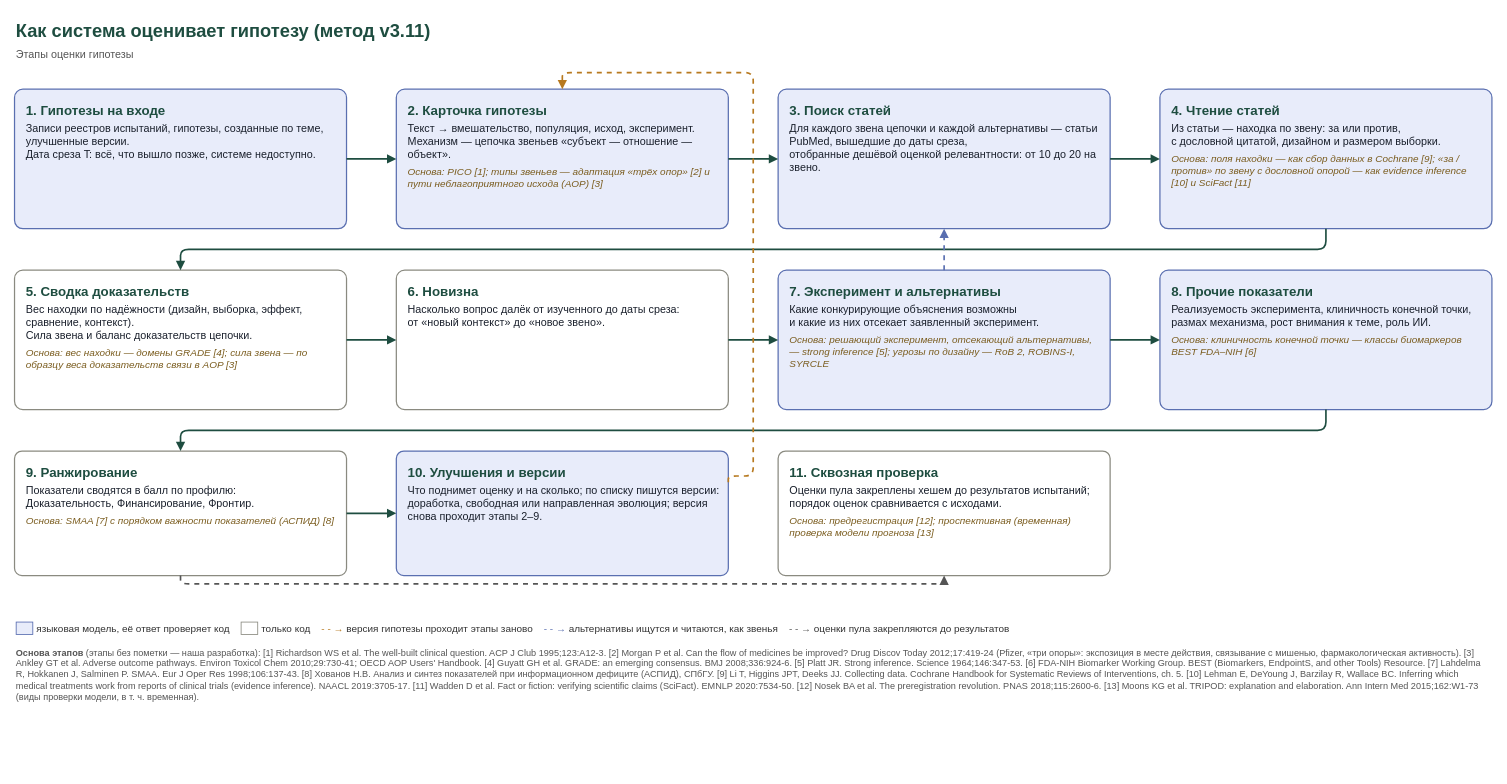
Before: scripts/docs/flow_base.drawio in danrd/hyp-arena, a draw.io diagram. Source tidied: cells renumbered, new cells numbered last; positions are measured from the earlier drawing's top-left corner, leaving out a move shared by most shapes. Both pictures are drawn from the tidied source at 83%, with x=0, y=0 at pixel (14, 14).
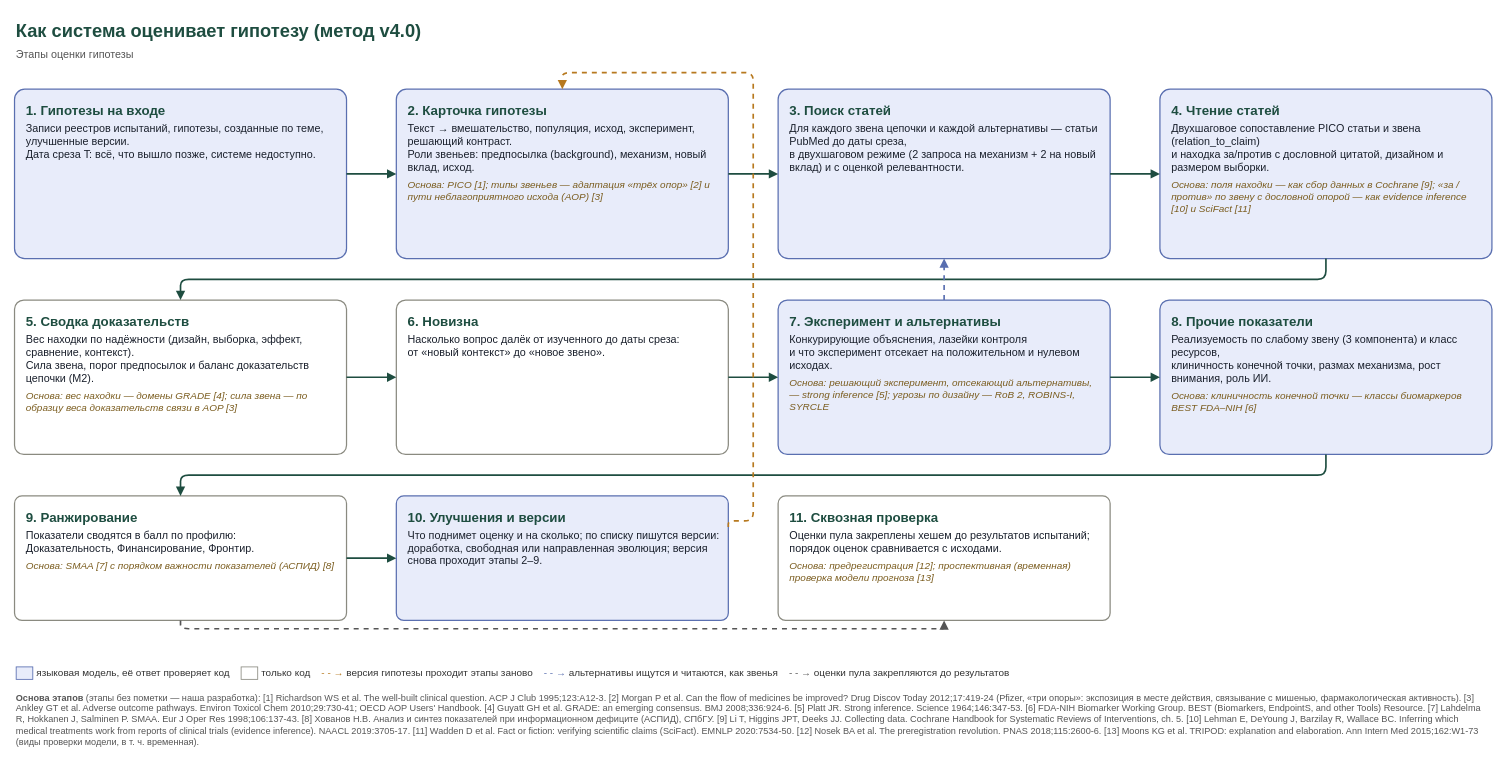
Above is the later version.

Change to the diagram source:
```diff
@@
-    <mxCell id="2" value="&lt;b&gt;Как система оценивает гипотезу (метод v3.11)&lt;/b&gt;&lt;br/&gt;&lt;span style='font-size:13px;color:#555'&gt;Этапы оценки гипотезы&lt;/span&gt;" style="text;html=1;fontSize=22;align=left;verticalAlign=top;fillColor=none;strokeColor=none;fontColor=#1E4D40;" parent="1" vertex="1">
+    <mxCell id="2" value="&lt;b&gt;Как система оценивает гипотезу (метод v4.0)&lt;/b&gt;&lt;br/&gt;&lt;span style='font-size:13px;color:#555'&gt;Этапы оценки гипотезы&lt;/span&gt;" style="text;html=1;fontSize=22;align=left;verticalAlign=top;fillColor=none;strokeColor=none;fontColor=#1E4D40;" parent="1" vertex="1">
       <mxGeometry width="1780" height="56" as="geometry" />
     </mxCell>
     <mxCell id="3" value="&lt;div style='font-size:16px;color:#1E4D40'&gt;&lt;b&gt;1. Гипотезы на входе&lt;/b&gt;&lt;/div&gt;&lt;div style='margin-top:4px'&gt;Записи реестров испытаний, гипотезы, созданные по теме, улучшенные версии.&lt;br/&gt;Дата среза T: всё, что вышло позже, системе недоступно.&lt;/div&gt;" style="rounded=1;arcSize=6;whiteSpace=wrap;html=1;fillColor=#E8ECFA;strokeColor=#5A6FB0;strokeWidth=1.5;fontSize=13;fontColor=#1A202C;align=left;verticalAlign=top;spacingLeft=12;spacingRight=10;spacingTop=10;" parent="1" vertex="1">
-      <mxGeometry y="90" width="400" height="168" as="geometry" />
+      <mxGeometry y="90" width="400" height="204" as="geometry" />
     </mxCell>
-    <mxCell id="4" value="&lt;div style='font-size:16px;color:#1E4D40'&gt;&lt;b&gt;2. Карточка гипотезы&lt;/b&gt;&lt;/div&gt;&lt;div style='margin-top:4px'&gt;Текст → вмешательство, популяция, исход, эксперимент.&lt;br/&gt;Механизм — цепочка звеньев «субъект — отношение — объект».&lt;/div&gt;&lt;div style='margin-top:6px;font-size:12px;color:#7A5C1E'&gt;&lt;i&gt;Основа: PICO [1]; типы звеньев — адаптация «трёх опор» [2] и пути неблагоприятного исхода (AOP) [3]&lt;/i&gt;&lt;/div&gt;" style="rounded=1;arcSize=6;whiteSpace=wrap;html=1;fillColor=#E8ECFA;strokeColor=#5A6FB0;strokeWidth=1.5;fontSize=13;fontColor=#1A202C;align=left;verticalAlign=top;spacingLeft=12;spacingRight=10;spacingTop=10;" parent="1" vertex="1">
-      <mxGeometry x="460" y="90" width="400" height="168" as="geometry" />
+    <mxCell id="4" value="&lt;div style='font-size:16px;color:#1E4D40'&gt;&lt;b&gt;2. Карточка гипотезы&lt;/b&gt;&lt;/div&gt;&lt;div style='margin-top:4px'&gt;Текст → вмешательство, популяция, исход, эксперимент, решающий контраст.&lt;br/&gt;Роли звеньев: предпосылка (background), механизм, новый вклад, исход.&lt;/div&gt;&lt;div style='margin-top:6px;font-size:12px;color:#7A5C1E'&gt;&lt;i&gt;Основа: PICO [1]; типы звеньев — адаптация «трёх опор» [2] и пути неблагоприятного исхода (AOP) [3]&lt;/i&gt;&lt;/div&gt;" style="rounded=1;arcSize=6;whiteSpace=wrap;html=1;fillColor=#E8ECFA;strokeColor=#5A6FB0;strokeWidth=1.5;fontSize=13;fontColor=#1A202C;align=left;verticalAlign=top;spacingLeft=12;spacingRight=10;spacingTop=10;" parent="1" vertex="1">
+      <mxGeometry x="460" y="90" width="400" height="204" as="geometry" />
     </mxCell>
-    <mxCell id="5" value="&lt;div style='font-size:16px;color:#1E4D40'&gt;&lt;b&gt;3. Поиск статей&lt;/b&gt;&lt;/div&gt;&lt;div style='margin-top:4px'&gt;Для каждого звена цепочки и каждой альтернативы — статьи PubMed, вышедшие до даты среза,&lt;br/&gt;отобранные дешёвой оценкой релевантности: от 10 до 20 на звено.&lt;/div&gt;" style="rounded=1;arcSize=6;whiteSpace=wrap;html=1;fillColor=#E8ECFA;strokeColor=#5A6FB0;strokeWidth=1.5;fontSize=13;fontColor=#1A202C;align=left;verticalAlign=top;spacingLeft=12;spacingRight=10;spacingTop=10;" parent="1" vertex="1">
-      <mxGeometry x="920" y="90" width="400" height="168" as="geometry" />
+    <mxCell id="5" value="&lt;div style='font-size:16px;color:#1E4D40'&gt;&lt;b&gt;3. Поиск статей&lt;/b&gt;&lt;/div&gt;&lt;div style='margin-top:4px'&gt;Для каждого звена цепочки и каждой альтернативы — статьи PubMed до даты среза,&lt;br/&gt;в двухшаговом режиме (2 запроса на механизм + 2 на новый вклад) и с оценкой релевантности.&lt;/div&gt;" style="rounded=1;arcSize=6;whiteSpace=wrap;html=1;fillColor=#E8ECFA;strokeColor=#5A6FB0;strokeWidth=1.5;fontSize=13;fontColor=#1A202C;align=left;verticalAlign=top;spacingLeft=12;spacingRight=10;spacingTop=10;" parent="1" vertex="1">
+      <mxGeometry x="920" y="90" width="400" height="204" as="geometry" />
     </mxCell>
-    <mxCell id="6" value="&lt;div style='font-size:16px;color:#1E4D40'&gt;&lt;b&gt;4. Чтение статей&lt;/b&gt;&lt;/div&gt;&lt;div style='margin-top:4px'&gt;Из статьи — находка по звену: за или против,&lt;br/&gt;с дословной цитатой, дизайном и размером выборки.&lt;/div&gt;&lt;div style='margin-top:6px;font-size:12px;color:#7A5C1E'&gt;&lt;i&gt;Основа: поля находки — как сбор данных в Cochrane [9]; «за / против» по звену с дословной опорой — как evidence inference [10] и SciFact [11]&lt;/i&gt;&lt;/div&gt;" style="rounded=1;arcSize=6;whiteSpace=wrap;html=1;fillColor=#E8ECFA;strokeColor=#5A6FB0;strokeWidth=1.5;fontSize=13;fontColor=#1A202C;align=left;verticalAlign=top;spacingLeft=12;spacingRight=10;spacingTop=10;" parent="1" vertex="1">
-      <mxGeometry x="1380" y="90" width="400" height="168" as="geometry" />
+    <mxCell id="6" value="&lt;div style='font-size:16px;color:#1E4D40'&gt;&lt;b&gt;4. Чтение статей&lt;/b&gt;&lt;/div&gt;&lt;div style='margin-top:4px'&gt;Двухшаговое сопоставление PICO статьи и звена (relation_to_claim)&lt;br/&gt;и находка за/против с дословной цитатой, дизайном и размером выборки.&lt;/div&gt;&lt;div style='margin-top:6px;font-size:12px;color:#7A5C1E'&gt;&lt;i&gt;Основа: поля находки — как сбор данных в Cochrane [9]; «за / против» по звену с дословной опорой — как evidence inference [10] и SciFact [11]&lt;/i&gt;&lt;/div&gt;" style="rounded=1;arcSize=6;whiteSpace=wrap;html=1;fillColor=#E8ECFA;strokeColor=#5A6FB0;strokeWidth=1.5;fontSize=13;fontColor=#1A202C;align=left;verticalAlign=top;spacingLeft=12;spacingRight=10;spacingTop=10;" parent="1" vertex="1">
+      <mxGeometry x="1380" y="90" width="400" height="204" as="geometry" />
     </mxCell>
-    <mxCell id="7" value="&lt;div style='font-size:16px;color:#1E4D40'&gt;&lt;b&gt;5. Сводка доказательств&lt;/b&gt;&lt;/div&gt;&lt;div style='margin-top:4px'&gt;Вес находки по надёжности (дизайн, выборка, эффект, сравнение, контекст).&lt;br/&gt;Сила звена и баланс доказательств цепочки.&lt;/div&gt;&lt;div style='margin-top:6px;font-size:12px;color:#7A5C1E'&gt;&lt;i&gt;Основа: вес находки — домены GRADE [4]; сила звена — по образцу веса доказательств связи в AOP [3]&lt;/i&gt;&lt;/div&gt;" style="rounded=1;arcSize=6;whiteSpace=wrap;html=1;fillColor=#FFFFFF;strokeColor=#8A8A80;strokeWidth=1.5;fontSize=13;fontColor=#1A202C;align=left;verticalAlign=top;spacingLeft=12;spacingRight=10;spacingTop=10;" parent="1" vertex="1">
-      <mxGeometry y="308" width="400" height="168" as="geometry" />
+    <mxCell id="7" value="&lt;div style='font-size:16px;color:#1E4D40'&gt;&lt;b&gt;5. Сводка доказательств&lt;/b&gt;&lt;/div&gt;&lt;div style='margin-top:4px'&gt;Вес находки по надёжности (дизайн, выборка, эффект, сравнение, контекст).&lt;br/&gt;Сила звена, порог предпосылок и баланс доказательств цепочки (M2).&lt;/div&gt;&lt;div style='margin-top:6px;font-size:12px;color:#7A5C1E'&gt;&lt;i&gt;Основа: вес находки — домены GRADE [4]; сила звена — по образцу веса доказательств связи в AOP [3]&lt;/i&gt;&lt;/div&gt;" style="rounded=1;arcSize=6;whiteSpace=wrap;html=1;fillColor=#FFFFFF;strokeColor=#8A8A80;strokeWidth=1.5;fontSize=13;fontColor=#1A202C;align=left;verticalAlign=top;spacingLeft=12;spacingRight=10;spacingTop=10;" parent="1" vertex="1">
+      <mxGeometry y="344" width="400" height="186" as="geometry" />
     </mxCell>
     <mxCell id="8" value="&lt;div style='font-size:16px;color:#1E4D40'&gt;&lt;b&gt;6. Новизна&lt;/b&gt;&lt;/div&gt;&lt;div style='margin-top:4px'&gt;Насколько вопрос далёк от изученного до даты среза:&lt;br/&gt;от «новый контекст» до «новое звено».&lt;/div&gt;" style="rounded=1;arcSize=6;whiteSpace=wrap;html=1;fillColor=#FFFFFF;strokeColor=#8A8A80;strokeWidth=1.5;fontSize=13;fontColor=#1A202C;align=left;verticalAlign=top;spacingLeft=12;spacingRight=10;spacingTop=10;" parent="1" vertex="1">
-      <mxGeometry x="460" y="308" width="400" height="168" as="geometry" />
+      <mxGeometry x="460" y="344" width="400" height="186" as="geometry" />
     </mxCell>
-    <mxCell id="9" value="&lt;div style='font-size:16px;color:#1E4D40'&gt;&lt;b&gt;7. Эксперимент и альтернативы&lt;/b&gt;&lt;/div&gt;&lt;div style='margin-top:4px'&gt;Какие конкурирующие объяснения возможны&lt;br/&gt;и какие из них отсекает заявленный эксперимент.&lt;/div&gt;&lt;div style='margin-top:6px;font-size:12px;color:#7A5C1E'&gt;&lt;i&gt;Основа: решающий эксперимент, отсекающий альтернативы, — strong inference [5]; угрозы по дизайну — RoB 2, ROBINS-I, SYRCLE&lt;/i&gt;&lt;/div&gt;" style="rounded=1;arcSize=6;whiteSpace=wrap;html=1;fillColor=#E8ECFA;strokeColor=#5A6FB0;strokeWidth=1.5;fontSize=13;fontColor=#1A202C;align=left;verticalAlign=top;spacingLeft=12;spacingRight=10;spacingTop=10;" parent="1" vertex="1">
-      <mxGeometry x="920" y="308" width="400" height="168" as="geometry" />
+    <mxCell id="9" value="&lt;div style='font-size:16px;color:#1E4D40'&gt;&lt;b&gt;7. Эксперимент и альтернативы&lt;/b&gt;&lt;/div&gt;&lt;div style='margin-top:4px'&gt;Конкурирующие объяснения, лазейки контроля&lt;br/&gt;и что эксперимент отсекает на положительном и нулевом исходах.&lt;/div&gt;&lt;div style='margin-top:6px;font-size:12px;color:#7A5C1E'&gt;&lt;i&gt;Основа: решающий эксперимент, отсекающий альтернативы, — strong inference [5]; угрозы по дизайну — RoB 2, ROBINS-I, SYRCLE&lt;/i&gt;&lt;/div&gt;" style="rounded=1;arcSize=6;whiteSpace=wrap;html=1;fillColor=#E8ECFA;strokeColor=#5A6FB0;strokeWidth=1.5;fontSize=13;fontColor=#1A202C;align=left;verticalAlign=top;spacingLeft=12;spacingRight=10;spacingTop=10;" parent="1" vertex="1">
+      <mxGeometry x="920" y="344" width="400" height="186" as="geometry" />
     </mxCell>
-    <mxCell id="10" value="&lt;div style='font-size:16px;color:#1E4D40'&gt;&lt;b&gt;8. Прочие показатели&lt;/b&gt;&lt;/div&gt;&lt;div style='margin-top:4px'&gt;Реализуемость эксперимента, клиничность конечной точки,&lt;br/&gt;размах механизма, рост внимания к теме, роль ИИ.&lt;/div&gt;&lt;div style='margin-top:6px;font-size:12px;color:#7A5C1E'&gt;&lt;i&gt;Основа: клиничность конечной точки — классы биомаркеров BEST FDA–NIH [6]&lt;/i&gt;&lt;/div&gt;" style="rounded=1;arcSize=6;whiteSpace=wrap;html=1;fillColor=#E8ECFA;strokeColor=#5A6FB0;strokeWidth=1.5;fontSize=13;fontColor=#1A202C;align=left;verticalAlign=top;spacingLeft=12;spacingRight=10;spacingTop=10;" parent="1" vertex="1">
-      <mxGeometry x="1380" y="308" width="400" height="168" as="geometry" />
+    <mxCell id="10" value="&lt;div style='font-size:16px;color:#1E4D40'&gt;&lt;b&gt;8. Прочие показатели&lt;/b&gt;&lt;/div&gt;&lt;div style='margin-top:4px'&gt;Реализуемость по слабому звену (3 компонента) и класс ресурсов,&lt;br/&gt;клиничность конечной точки, размах механизма, рост внимания, роль ИИ.&lt;/div&gt;&lt;div style='margin-top:6px;font-size:12px;color:#7A5C1E'&gt;&lt;i&gt;Основа: клиничность конечной точки — классы биомаркеров BEST FDA–NIH [6]&lt;/i&gt;&lt;/div&gt;" style="rounded=1;arcSize=6;whiteSpace=wrap;html=1;fillColor=#E8ECFA;strokeColor=#5A6FB0;strokeWidth=1.5;fontSize=13;fontColor=#1A202C;align=left;verticalAlign=top;spacingLeft=12;spacingRight=10;spacingTop=10;" parent="1" vertex="1">
+      <mxGeometry x="1380" y="344" width="400" height="186" as="geometry" />
     </mxCell>
     <mxCell id="11" value="&lt;div style='font-size:16px;color:#1E4D40'&gt;&lt;b&gt;9. Ранжирование&lt;/b&gt;&lt;/div&gt;&lt;div style='margin-top:4px'&gt;Показатели сводятся в балл по профилю:&lt;br/&gt;Доказательность, Финансирование, Фронтир.&lt;/div&gt;&lt;div style='margin-top:6px;font-size:12px;color:#7A5C1E'&gt;&lt;i&gt;Основа: SMAA [7] с порядком важности показателей (АСПИД) [8]&lt;/i&gt;&lt;/div&gt;" style="rounded=1;arcSize=6;whiteSpace=wrap;html=1;fillColor=#FFFFFF;strokeColor=#8A8A80;strokeWidth=1.5;fontSize=13;fontColor=#1A202C;align=left;verticalAlign=top;spacingLeft=12;spacingRight=10;spacingTop=10;" parent="1" vertex="1">
-      <mxGeometry y="526" width="400" height="150" as="geometry" />
+      <mxGeometry y="580" width="400" height="150" as="geometry" />
     </mxCell>
     <mxCell id="12" value="&lt;div style='font-size:16px;color:#1E4D40'&gt;&lt;b&gt;10. Улучшения и версии&lt;/b&gt;&lt;/div&gt;&lt;div style='margin-top:4px'&gt;Что поднимет оценку и на сколько; по списку пишутся версии:&lt;br/&gt;доработка, свободная или направленная эволюция; версия снова проходит этапы 2–9.&lt;/div&gt;" style="rounded=1;arcSize=6;whiteSpace=wrap;html=1;fillColor=#E8ECFA;strokeColor=#5A6FB0;strokeWidth=1.5;fontSize=13;fontColor=#1A202C;align=left;verticalAlign=top;spacingLeft=12;spacingRight=10;spacingTop=10;" parent="1" vertex="1">
-      <mxGeometry x="460" y="526" width="400" height="150" as="geometry" />
+      <mxGeometry x="460" y="580" width="400" height="150" as="geometry" />
     </mxCell>
     <mxCell id="13" value="&lt;div style='font-size:16px;color:#1E4D40'&gt;&lt;b&gt;11. Сквозная проверка&lt;/b&gt;&lt;/div&gt;&lt;div style='margin-top:4px'&gt;Оценки пула закреплены хешем до результатов испытаний;&lt;br/&gt;порядок оценок сравнивается с исходами.&lt;/div&gt;&lt;div style='margin-top:6px;font-size:12px;color:#7A5C1E'&gt;&lt;i&gt;Основа: предрегистрация [12]; проспективная (временная) проверка модели прогноза [13]&lt;/i&gt;&lt;/div&gt;" style="rounded=1;arcSize=6;whiteSpace=wrap;html=1;fillColor=#FFFFFF;strokeColor=#8A8A80;strokeWidth=1.5;fontSize=13;fontColor=#1A202C;align=left;verticalAlign=top;spacingLeft=12;spacingRight=10;spacingTop=10;" parent="1" vertex="1">
-      <mxGeometry x="920" y="526" width="400" height="150" as="geometry" />
+      <mxGeometry x="920" y="580" width="400" height="150" as="geometry" />
     </mxCell>
@@
     <mxCell id="23" style="edgeStyle=orthogonalEdgeStyle;rounded=1;html=1;endArrow=block;endFill=1;strokeColor=#1E4D40;strokeWidth=2;dashed=1;exitX=1;exitY=0.25;entryX=0.5;entryY=0;strokeColor=#B7791F;" parent="1" edge="1" source="12" target="4">
       <mxGeometry relative="1" as="geometry">
         <Array as="points">
-          <mxPoint x="890" y="556" />
+          <mxPoint x="890" y="610" />
           <mxPoint x="890" y="70" />
           <mxPoint x="660" y="70" />
         </Array>
       </mxGeometry>
     </mxCell>
@@
     <mxCell id="26" value="&lt;span style='background:#E8ECFA;border:1px solid #5A6FB0;padding:0 8px'&gt;&amp;nbsp;&lt;/span&gt; языковая модель, её ответ проверяет код &amp;nbsp;&amp;nbsp; &lt;span style='border:1px solid #8A8A80;padding:0 8px'&gt;&amp;nbsp;&lt;/span&gt; только код &amp;nbsp;&amp;nbsp; &lt;span style='color:#B7791F'&gt;- - →&lt;/span&gt; версия гипотезы проходит этапы заново &amp;nbsp;&amp;nbsp; &lt;span style='color:#5A6FB0'&gt;- - →&lt;/span&gt; альтернативы ищутся и читаются, как звенья &amp;nbsp;&amp;nbsp; &lt;span style='color:#555'&gt;- - →&lt;/span&gt; оценки пула закрепляются до результатов" style="text;html=1;fontSize=12;align=left;fontColor=#333;fillColor=none;strokeColor=none;" parent="1" vertex="1">
-      <mxGeometry y="726" width="1780" height="26" as="geometry" />
+      <mxGeometry y="780" width="1780" height="26" as="geometry" />
     </mxCell>
     <mxCell id="27" value="&lt;b&gt;Основа этапов&lt;/b&gt; (этапы без пометки — наша разработка): [1] Richardson WS et al. The well-built clinical question. ACP J Club 1995;123:A12-3. [2] Morgan P et al. Can the flow of medicines be improved? Drug Discov Today 2012;17:419-24 (Pfizer, «три опоры»: экспозиция в месте действия, связывание с мишенью, фармакологическая активность). [3] Ankley GT et al. Adverse outcome pathways. Environ Toxicol Chem 2010;29:730-41; OECD AOP Users' Handbook. [4] Guyatt GH et al. GRADE: an emerging consensus. BMJ 2008;336:924-6. [5] Platt JR. Strong inference. Science 1964;146:347-53. [6] FDA-NIH Biomarker Working Group. BEST (Biomarkers, EndpointS, and other Tools) Resource. [7] Lahdelma R, Hokkanen J, Salminen P. SMAA. Eur J Oper Res 1998;106:137-43. [8] Хованов Н.В. Анализ и синтез показателей при информационном дефиците (АСПИД), СПбГУ. [9] Li T, Higgins JPT, Deeks JJ. Collecting data. Cochrane Handbook for Systematic Reviews of Interventions, ch. 5. [10] Lehman E, DeYoung J, Barzilay R, Wallace BC. Inferring which medical treatments work from reports of clinical trials (evidence inference). NAACL 2019:3705-17. [11] Wadden D et al. Fact or fiction: verifying scientific claims (SciFact). EMNLP 2020:7534-50. [12] Nosek BA et al. The preregistration revolution. PNAS 2018;115:2600-6. [13] Moons KG et al. TRIPOD: explanation and elaboration. Ann Intern Med 2015;162:W1-73 (виды проверки модели, в т. ч. временная)." style="text;html=1;whiteSpace=wrap;fontSize=11;align=left;verticalAlign=top;fontColor=#555;fillColor=none;strokeColor=none;" parent="1" vertex="1">
-      <mxGeometry y="756" width="1780" height="100" as="geometry" />
+      <mxGeometry y="810" width="1780" height="100" as="geometry" />
     </mxCell>
```
